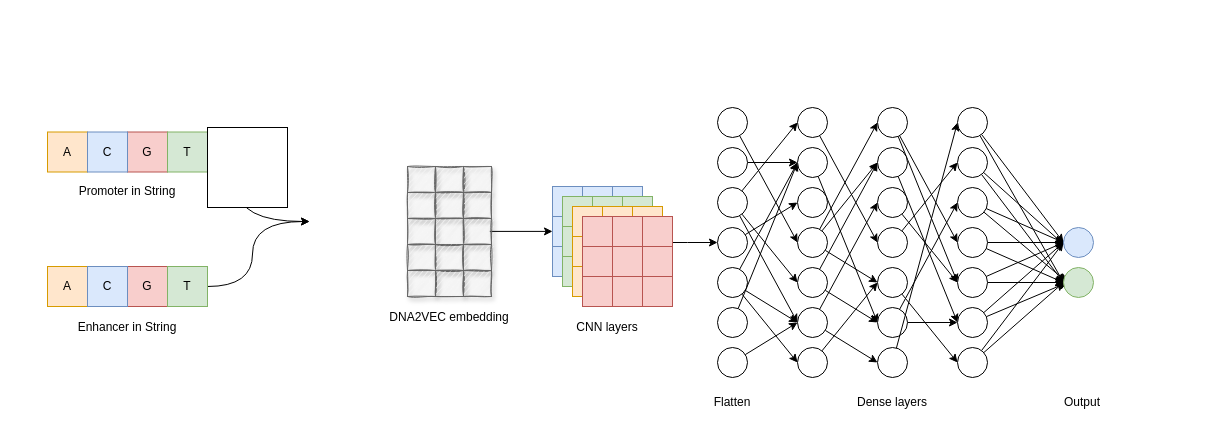
NaiveTom/draw.io keeps this draw.io diagram as embedding_cnn_one_branch.drawio. Above is the earlier version. Source tidied: cells renumbered, new cells numbered last; positions are measured from the earlier drawing's top-left corner, leaving out a move shared by most shapes. Both pictures are drawn from the tidied source at 100%, with x=0, y=0 at pixel (47, 107).
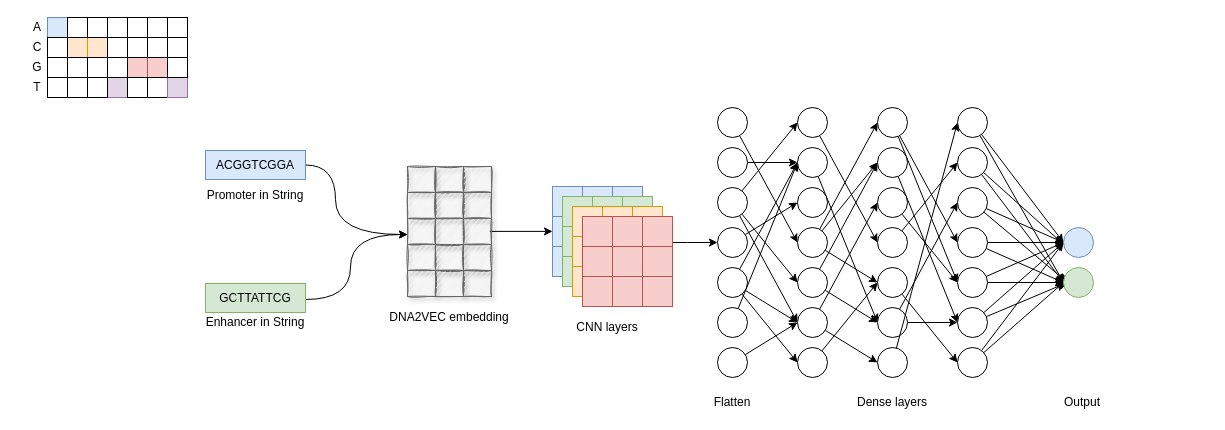
Above is the later version.

What changed in the source:
```diff
@@
-    <mxCell id="2" style="edgeStyle=orthogonalEdgeStyle;curved=1;rounded=0;jettySize=auto;html=1;entryX=0;entryY=0;entryDx=0;entryDy=0;exitX=1;exitY=0.5;exitDx=0;exitDy=0;" parent="1" edge="1" source="6">
+    <mxCell id="2" style="edgeStyle=orthogonalEdgeStyle;curved=1;rounded=0;orthogonalLoop=1;jettySize=auto;html=1;entryX=0;entryY=0;entryDx=0;entryDy=0;exitX=1;exitY=0.5;exitDx=0;exitDy=0;" parent="1" edge="1">
       <mxGeometry relative="1" as="geometry">
-        <mxPoint x="262" y="114" as="targetPoint" />
+        <mxPoint x="258" y="57.5" as="sourcePoint" />
+        <mxPoint x="360" y="127" as="targetPoint" />
         <Array as="points">
-          <mxPoint x="190" y="45" />
-          <mxPoint x="190" y="114" />
+          <mxPoint x="288" y="58" />
+          <mxPoint x="288" y="127" />
         </Array>
       </mxGeometry>
     </mxCell>
     <mxCell id="3" value="&lt;div&gt;Promoter in String&lt;/div&gt;" style="text;html=1;strokeColor=none;fillColor=none;align=center;verticalAlign=middle;whiteSpace=wrap;rounded=0;" parent="1" vertex="1">
-      <mxGeometry y="73.5" width="160" height="20" as="geometry" />
+      <mxGeometry x="128" y="78" width="160" height="20" as="geometry" />
     </mxCell>
-    <mxCell id="4" style="rounded=0;whiteSpace=wrap;html=1;fillColor=#f8cecc;strokeColor=#b85450;" parent="1" vertex="1">
-      <mxGeometry x="80" y="24.5" width="40" height="40" as="geometry" />
-    </mxCell>
     <mxCell id="5" value="G" style="text;html=1;strokeColor=none;fillColor=none;align=center;verticalAlign=middle;whiteSpace=wrap;rounded=0;" parent="1" vertex="1">
-      <mxGeometry x="80" y="34.5" width="40" height="20" as="geometry" />
+      <mxGeometry x="-30" y="-50" width="40" height="20" as="geometry" />
     </mxCell>
-    <mxCell id="6" style="rounded=0;whiteSpace=wrap;html=1;fillColor=#d5e8d4;strokeColor=#82b366;" parent="1" vertex="1">
-      <mxGeometry x="120" y="24.5" width="40" height="40" as="geometry" />
-    </mxCell>
-    <mxCell id="7" style="edgeStyle=orthogonalEdgeStyle;curved=1;rounded=0;jettySize=auto;html=1;entryX=0;entryY=0;entryDx=0;entryDy=0;exitX=1;exitY=0.5;exitDx=0;exitDy=0;" parent="1" edge="1" source="99">
+    <mxCell id="7" style="edgeStyle=orthogonalEdgeStyle;curved=1;rounded=0;orthogonalLoop=1;jettySize=auto;html=1;entryX=0;entryY=0;entryDx=0;entryDy=0;exitX=1;exitY=0.5;exitDx=0;exitDy=0;" parent="1" edge="1">
       <mxGeometry relative="1" as="geometry">
-        <mxPoint x="262" y="114" as="targetPoint" />
+        <mxPoint x="258" y="192" as="sourcePoint" />
+        <mxPoint x="360" y="127" as="targetPoint" />
         <Array as="points">
-          <mxPoint x="205" y="179" />
-          <mxPoint x="205" y="114" />
+          <mxPoint x="303" y="192" />
+          <mxPoint x="303" y="127" />
         </Array>
       </mxGeometry>
     </mxCell>
     <mxCell id="8" value="T" style="text;html=1;strokeColor=none;fillColor=none;align=center;verticalAlign=middle;whiteSpace=wrap;rounded=0;" parent="1" vertex="1">
-      <mxGeometry x="120" y="34.5" width="40" height="20" as="geometry" />
+      <mxGeometry x="-30" y="-30" width="40" height="20" as="geometry" />
     </mxCell>
     <mxCell id="9" value="&lt;div&gt;Enhancer in String&lt;/div&gt;" style="text;html=1;strokeColor=none;fillColor=none;align=center;verticalAlign=middle;whiteSpace=wrap;rounded=0;" parent="1" vertex="1">
-      <mxGeometry y="210" width="160" height="20" as="geometry" />
+      <mxGeometry x="128" y="205" width="160" height="20" as="geometry" />
     </mxCell>
@@
-    <mxCell id="92" style="rounded=0;whiteSpace=wrap;html=1;fillColor=#ffe6cc;strokeColor=#d79b00;" parent="1" vertex="1">
-      <mxGeometry y="24.5" width="40" height="40" as="geometry" />
-    </mxCell>
     <mxCell id="93" value="&lt;div&gt;A&lt;/div&gt;" style="text;html=1;strokeColor=none;fillColor=none;align=center;verticalAlign=middle;whiteSpace=wrap;rounded=0;" parent="1" vertex="1">
-      <mxGeometry y="34.5" width="40" height="20" as="geometry" />
+      <mxGeometry x="-30" y="-90" width="40" height="20" as="geometry" />
     </mxCell>
-    <mxCell id="94" style="rounded=0;whiteSpace=wrap;html=1;fillColor=#dae8fc;strokeColor=#6c8ebf;" parent="1" vertex="1">
-      <mxGeometry x="40" y="24.5" width="40" height="40" as="geometry" />
-    </mxCell>
     <mxCell id="95" value="C" style="text;html=1;strokeColor=none;fillColor=none;align=center;verticalAlign=middle;whiteSpace=wrap;rounded=0;" parent="1" vertex="1">
-      <mxGeometry x="40" y="34.5" width="40" height="20" as="geometry" />
+      <mxGeometry x="-30" y="-70" width="40" height="20" as="geometry" />
     </mxCell>
-    <mxCell id="96" style="rounded=0;whiteSpace=wrap;html=1;fillColor=#f8cecc;strokeColor=#b85450;" parent="1" vertex="1">
-      <mxGeometry x="80" y="159" width="40" height="40" as="geometry" />
-    </mxCell>
-    <mxCell id="97" value="G" style="text;html=1;strokeColor=none;fillColor=none;align=center;verticalAlign=middle;whiteSpace=wrap;rounded=0;" parent="1" vertex="1">
-      <mxGeometry x="80" y="169" width="40" height="20" as="geometry" />
-    </mxCell>
-    <mxCell id="98" style="rounded=0;whiteSpace=wrap;html=1;fillColor=#d5e8d4;strokeColor=#82b366;" parent="1" vertex="1">
-      <mxGeometry x="120" y="159" width="40" height="40" as="geometry" />
-    </mxCell>
-    <mxCell id="99" value="T" style="text;html=1;strokeColor=none;fillColor=none;align=center;verticalAlign=middle;whiteSpace=wrap;rounded=0;" parent="1" vertex="1">
-      <mxGeometry x="120" y="169" width="40" height="20" as="geometry" />
-    </mxCell>
-    <mxCell id="100" style="rounded=0;whiteSpace=wrap;html=1;fillColor=#ffe6cc;strokeColor=#d79b00;" parent="1" vertex="1">
-      <mxGeometry y="159" width="40" height="40" as="geometry" />
-    </mxCell>
-    <mxCell id="101" value="&lt;div&gt;A&lt;/div&gt;" style="text;html=1;strokeColor=none;fillColor=none;align=center;verticalAlign=middle;whiteSpace=wrap;rounded=0;" parent="1" vertex="1">
-      <mxGeometry y="169" width="40" height="20" as="geometry" />
-    </mxCell>
-    <mxCell id="102" style="rounded=0;whiteSpace=wrap;html=1;fillColor=#dae8fc;strokeColor=#6c8ebf;" parent="1" vertex="1">
-      <mxGeometry x="40" y="159" width="40" height="40" as="geometry" />
-    </mxCell>
-    <mxCell id="103" value="C" style="text;html=1;strokeColor=none;fillColor=none;align=center;verticalAlign=middle;whiteSpace=wrap;rounded=0;" parent="1" vertex="1">
-      <mxGeometry x="40" y="169" width="40" height="20" as="geometry" />
-    </mxCell>
@@
-    <mxCell id="154" style="whiteSpace=wrap;html=1;" parent="1" vertex="1">
-      <mxGeometry x="160" y="20" width="80" height="80" as="geometry" />
+    <mxCell id="154" style="whiteSpace=wrap;html=1;fillColor=#dae8fc;strokeColor=#6c8ebf;" parent="1" vertex="1">
+      <mxGeometry y="-90" width="20" height="20" as="geometry" />
     </mxCell>
+    <mxCell id="155" style="whiteSpace=wrap;html=1;" parent="1" vertex="1">
+      <mxGeometry x="20" y="-70" width="20" height="20" as="geometry" />
+    </mxCell>
+    <mxCell id="156" style="whiteSpace=wrap;html=1;fillColor=#ffe6cc;strokeColor=#d79b00;" parent="1" vertex="1">
+      <mxGeometry x="20" y="-70" width="20" height="20" as="geometry" />
+    </mxCell>
+    <mxCell id="157" style="whiteSpace=wrap;html=1;fillColor=#ffe6cc;strokeColor=#d79b00;" parent="1" vertex="1">
+      <mxGeometry x="40" y="-70" width="20" height="20" as="geometry" />
+    </mxCell>
+    <mxCell id="158" style="whiteSpace=wrap;html=1;fillColor=#e1d5e7;strokeColor=#9673a6;" parent="1" vertex="1">
+      <mxGeometry x="60" y="-30" width="20" height="20" as="geometry" />
+    </mxCell>
+    <mxCell id="159" style="whiteSpace=wrap;html=1;fillColor=#f8cecc;strokeColor=#b85450;" parent="1" vertex="1">
+      <mxGeometry x="80" y="-50" width="20" height="20" as="geometry" />
+    </mxCell>
+    <mxCell id="160" style="whiteSpace=wrap;html=1;fillColor=#f8cecc;strokeColor=#b85450;" parent="1" vertex="1">
+      <mxGeometry x="100" y="-50" width="20" height="20" as="geometry" />
+    </mxCell>
+    <mxCell id="161" style="rounded=0;whiteSpace=wrap;html=1;" parent="1" vertex="1">
+      <mxGeometry y="-70" width="20" height="20" as="geometry" />
+    </mxCell>
+    <mxCell id="162" style="rounded=0;whiteSpace=wrap;html=1;" parent="1" vertex="1">
+      <mxGeometry y="-50" width="20" height="20" as="geometry" />
+    </mxCell>
+    <mxCell id="163" style="rounded=0;whiteSpace=wrap;html=1;" parent="1" vertex="1">
+      <mxGeometry x="20" y="-50" width="20" height="20" as="geometry" />
+    </mxCell>
+    <mxCell id="164" style="rounded=0;whiteSpace=wrap;html=1;" parent="1" vertex="1">
+      <mxGeometry x="40" y="-50" width="20" height="20" as="geometry" />
+    </mxCell>
+    <mxCell id="165" style="rounded=0;whiteSpace=wrap;html=1;" parent="1" vertex="1">
+      <mxGeometry x="60" y="-50" width="20" height="20" as="geometry" />
+    </mxCell>
+    <mxCell id="166" style="rounded=0;whiteSpace=wrap;html=1;" parent="1" vertex="1">
+      <mxGeometry x="40" y="-30" width="20" height="20" as="geometry" />
+    </mxCell>
+    <mxCell id="167" style="rounded=0;whiteSpace=wrap;html=1;" parent="1" vertex="1">
+      <mxGeometry y="-30" width="20" height="20" as="geometry" />
+    </mxCell>
+    <mxCell id="168" style="rounded=0;whiteSpace=wrap;html=1;" parent="1" vertex="1">
+      <mxGeometry x="20" y="-30" width="20" height="20" as="geometry" />
+    </mxCell>
+    <mxCell id="169" style="rounded=0;whiteSpace=wrap;html=1;" parent="1" vertex="1">
+      <mxGeometry x="80" y="-30" width="20" height="20" as="geometry" />
+    </mxCell>
+    <mxCell id="170" style="rounded=0;whiteSpace=wrap;html=1;" parent="1" vertex="1">
+      <mxGeometry x="100" y="-30" width="20" height="20" as="geometry" />
+    </mxCell>
+    <mxCell id="171" style="rounded=0;whiteSpace=wrap;html=1;" parent="1" vertex="1">
+      <mxGeometry x="20" y="-90" width="20" height="20" as="geometry" />
+    </mxCell>
+    <mxCell id="172" style="rounded=0;whiteSpace=wrap;html=1;" parent="1" vertex="1">
+      <mxGeometry x="40" y="-90" width="20" height="20" as="geometry" />
+    </mxCell>
+    <mxCell id="173" style="rounded=0;whiteSpace=wrap;html=1;" parent="1" vertex="1">
+      <mxGeometry x="60" y="-90" width="20" height="20" as="geometry" />
+    </mxCell>
+    <mxCell id="174" style="rounded=0;whiteSpace=wrap;html=1;" parent="1" vertex="1">
+      <mxGeometry x="80" y="-90" width="20" height="20" as="geometry" />
+    </mxCell>
+    <mxCell id="175" style="rounded=0;whiteSpace=wrap;html=1;" parent="1" vertex="1">
+      <mxGeometry x="60" y="-70" width="20" height="20" as="geometry" />
+    </mxCell>
+    <mxCell id="176" style="rounded=0;whiteSpace=wrap;html=1;" parent="1" vertex="1">
+      <mxGeometry x="80" y="-70" width="20" height="20" as="geometry" />
+    </mxCell>
+    <mxCell id="177" style="rounded=0;whiteSpace=wrap;html=1;" parent="1" vertex="1">
+      <mxGeometry x="100" y="-70" width="20" height="20" as="geometry" />
+    </mxCell>
+    <mxCell id="178" style="rounded=0;whiteSpace=wrap;html=1;" parent="1" vertex="1">
+      <mxGeometry x="100" y="-90" width="20" height="20" as="geometry" />
+    </mxCell>
+    <mxCell id="179" style="whiteSpace=wrap;html=1;fillColor=#e1d5e7;strokeColor=#9673a6;" parent="1" vertex="1">
+      <mxGeometry x="120" y="-30" width="20" height="20" as="geometry" />
+    </mxCell>
+    <mxCell id="180" style="rounded=0;whiteSpace=wrap;html=1;" parent="1" vertex="1">
+      <mxGeometry x="120" y="-50" width="20" height="20" as="geometry" />
+    </mxCell>
+    <mxCell id="181" style="rounded=0;whiteSpace=wrap;html=1;" parent="1" vertex="1">
+      <mxGeometry x="120" y="-90" width="20" height="20" as="geometry" />
+    </mxCell>
+    <mxCell id="182" style="rounded=0;whiteSpace=wrap;html=1;" parent="1" vertex="1">
+      <mxGeometry x="120" y="-70" width="20" height="20" as="geometry" />
+    </mxCell>
+    <mxCell id="183" value="&lt;div&gt;ACGGTCGGA&lt;/div&gt;" style="text;html=1;strokeColor=#6c8ebf;fillColor=#dae8fc;align=center;verticalAlign=middle;whiteSpace=wrap;rounded=0;" parent="1" vertex="1">
+      <mxGeometry x="158" y="43" width="100" height="29" as="geometry" />
+    </mxCell>
+    <mxCell id="184" value="GCTTATTCG" style="text;html=1;strokeColor=#82b366;fillColor=#d5e8d4;align=center;verticalAlign=middle;whiteSpace=wrap;rounded=0;" parent="1" vertex="1">
+      <mxGeometry x="158" y="176" width="100" height="29" as="geometry" />
+    </mxCell>
```
